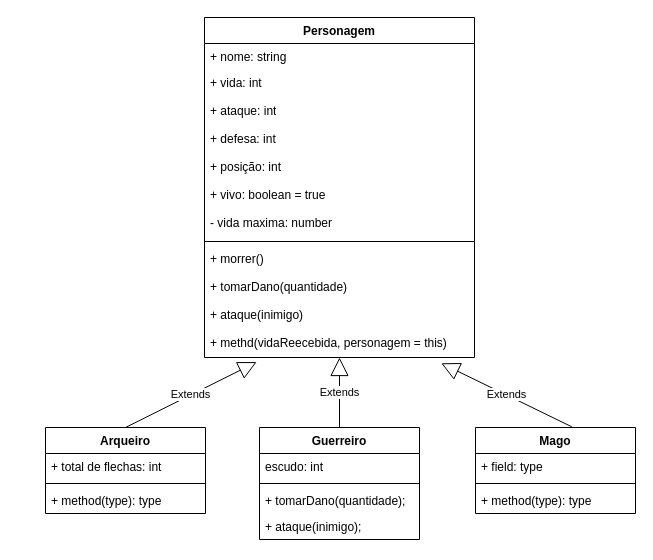
Above: aulas/aula10/DOCS RPG.drawio in Gui94Siqueira/Logica-Programacao (draw.io), before the change. Source tidied: cells renumbered, new cells numbered last; positions are measured from the earlier drawing's top-left corner, leaving out a move shared by most shapes. Both pictures are drawn from the tidied source at 100%, with x=0, y=0 at pixel (45, 17).
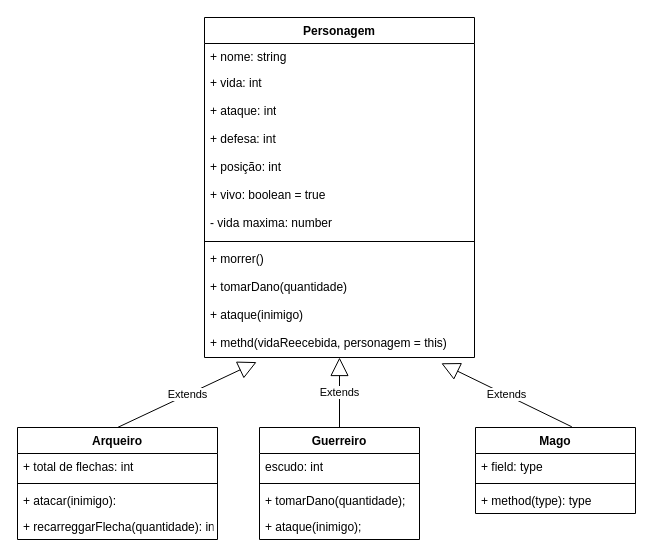
After the change.

Commit message (it also covers changes not shown here):
fução recarrecar flechas

Diff of the diagram source:
```diff
@@
     <mxCell id="15" value="Arqueiro" style="swimlane;fontStyle=1;align=center;verticalAlign=top;horizontal=1;startSize=26;" parent="1" vertex="1">
-      <mxGeometry y="410" width="160" height="86" as="geometry" />
+      <mxGeometry x="-28" y="410" width="200" height="112" as="geometry" />
     </mxCell>
     <mxCell id="16" value="+ total de flechas: int" style="text;strokeColor=none;fillColor=none;align=left;verticalAlign=top;spacingLeft=4;spacingRight=4;overflow=hidden;" parent="15" vertex="1">
-      <mxGeometry y="26" width="160" height="26" as="geometry" />
+      <mxGeometry y="26" width="200" height="26" as="geometry" />
     </mxCell>
     <mxCell id="17" style="line;strokeWidth=1;fillColor=none;align=left;verticalAlign=middle;spacingTop=-1;spacingLeft=3;spacingRight=3;labelPosition=right;strokeColor=inherit;" parent="15" vertex="1">
-      <mxGeometry y="52" width="160" height="8" as="geometry" />
+      <mxGeometry y="52" width="200" height="8" as="geometry" />
     </mxCell>
-    <mxCell id="18" value="+ method(type): type" style="text;strokeColor=none;fillColor=none;align=left;verticalAlign=top;spacingLeft=4;spacingRight=4;overflow=hidden;" parent="15" vertex="1">
-      <mxGeometry y="60" width="160" height="26" as="geometry" />
+    <mxCell id="18" value="+ atacar(inimigo):" style="text;strokeColor=none;fillColor=none;align=left;verticalAlign=top;spacingLeft=4;spacingRight=4;overflow=hidden;" parent="15" vertex="1">
+      <mxGeometry y="60" width="200" height="26" as="geometry" />
     </mxCell>
+    <mxCell id="31" value="+ recarreggarFlecha(quantidade): int" style="text;strokeColor=none;fillColor=none;align=left;verticalAlign=top;spacingLeft=4;spacingRight=4;overflow=hidden;" parent="15" vertex="1">
+      <mxGeometry y="86" width="200" height="26" as="geometry" />
+    </mxCell>
```
